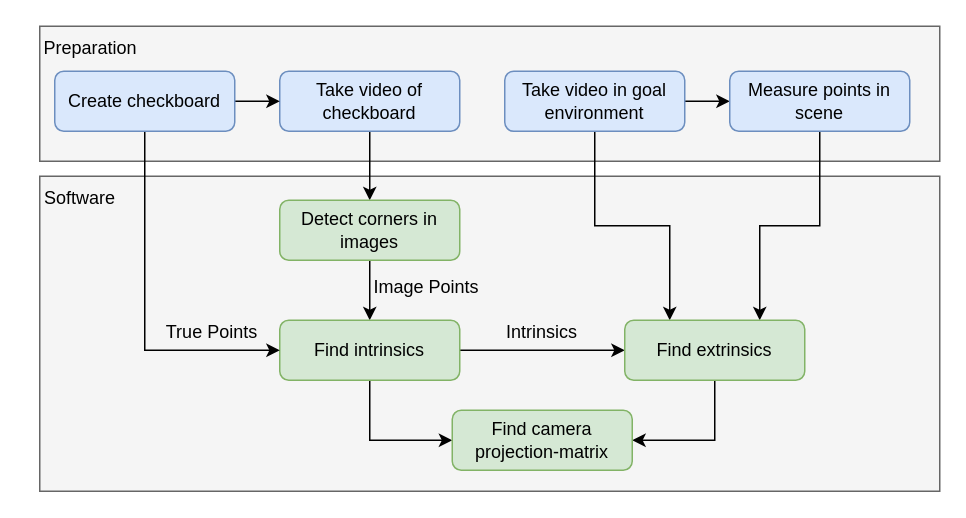
Above: documentation/calibration_procedure.drawio in Simenpf/iacv_project_boccia (draw.io), before the change. Source tidied: cells renumbered, new cells numbered last; positions are measured from the earlier drawing's top-left corner, leaving out a move shared by most shapes. Both pictures are drawn from the tidied source at 150%, with x=0, y=0 at pixel (26, 26).
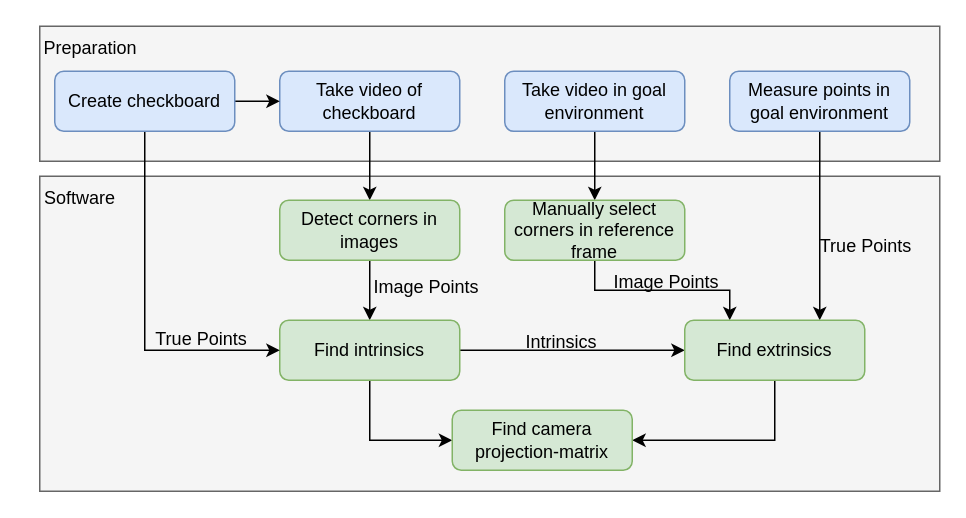
After the change.

The change refers to these unchanged cells:
```xml
<mxCell id="18" value="Take video in goal environment" style="rounded=1;whiteSpace=wrap;html=1;fontSize=12;glass=0;strokeWidth=1;shadow=0;fillColor=#dae8fc;strokeColor=#6c8ebf;" parent="1" vertex="1">
  <mxGeometry x="319" y="30" width="120" height="40" as="geometry" />
</mxCell>
```

What changed in the source:
```diff
@@
     <mxCell id="15" value="True Points" style="text;html=1;strokeColor=none;fillColor=none;align=center;verticalAlign=middle;whiteSpace=wrap;rounded=0;" parent="1" vertex="1">
-      <mxGeometry x="79" y="189" width="90" height="30" as="geometry" />
+      <mxGeometry x="72" y="194" width="90" height="30" as="geometry" />
     </mxCell>
-    <mxCell id="16" style="edgeStyle=orthogonalEdgeStyle;rounded=0;jettySize=auto;html=1;exitX=1;exitY=0.5;exitDx=0;exitDy=0;entryX=0;entryY=0.5;entryDx=0;entryDy=0;" parent="1" edge="1" source="18" target="20">
-      <mxGeometry relative="1" as="geometry" />
-    </mxCell>
-    <mxCell id="17" style="edgeStyle=orthogonalEdgeStyle;rounded=0;jettySize=auto;html=1;exitX=0.5;exitY=1;exitDx=0;exitDy=0;entryX=0.25;entryY=0;entryDx=0;entryDy=0;" parent="1" edge="1" source="18" target="22">
+    <mxCell id="17" style="edgeStyle=orthogonalEdgeStyle;rounded=0;jettySize=auto;html=1;exitX=0.5;exitY=1;exitDx=0;exitDy=0;entryX=0.25;entryY=0;entryDx=0;entryDy=0;startArrow=none;" parent="1" edge="1" source="28" target="22">
       <mxGeometry relative="1" as="geometry" />
     </mxCell>
+    <mxCell id="27" style="edgeStyle=orthogonalEdgeStyle;rounded=0;jettySize=auto;html=1;exitX=0.5;exitY=1;exitDx=0;exitDy=0;entryX=0.5;entryY=0;entryDx=0;entryDy=0;" parent="1" edge="1" source="18" target="28">
+      <mxGeometry relative="1" as="geometry" />
+    </mxCell>
@@
-    <mxCell id="20" value="Measure points in scene" style="rounded=1;whiteSpace=wrap;html=1;fontSize=12;glass=0;strokeWidth=1;shadow=0;fillColor=#dae8fc;strokeColor=#6c8ebf;" parent="1" vertex="1">
+    <mxCell id="20" value="Measure points in goal environment" style="rounded=1;whiteSpace=wrap;html=1;fontSize=12;glass=0;strokeWidth=1;shadow=0;fillColor=#dae8fc;strokeColor=#6c8ebf;" parent="1" vertex="1">
       <mxGeometry x="469" y="30" width="120" height="40" as="geometry" />
     </mxCell>
@@
     <mxCell id="22" value="Find extrinsics" style="rounded=1;whiteSpace=wrap;html=1;fontSize=12;glass=0;strokeWidth=1;shadow=0;fillColor=#d5e8d4;strokeColor=#82b366;" parent="1" vertex="1">
-      <mxGeometry x="399" y="196" width="120" height="40" as="geometry" />
+      <mxGeometry x="439" y="196" width="120" height="40" as="geometry" />
     </mxCell>
     <mxCell id="23" value="Intrinsics" style="text;html=1;strokeColor=none;fillColor=none;align=center;verticalAlign=middle;whiteSpace=wrap;rounded=0;" parent="1" vertex="1">
-      <mxGeometry x="299" y="189" width="90" height="30" as="geometry" />
+      <mxGeometry x="312" y="196" width="90" height="30" as="geometry" />
     </mxCell>
@@
+    <mxCell id="28" value="Manually select corners in reference frame" style="rounded=1;whiteSpace=wrap;html=1;fontSize=12;glass=0;strokeWidth=1;shadow=0;fillColor=#d5e8d4;strokeColor=#82b366;" parent="1" vertex="1">
+      <mxGeometry x="319" y="116" width="120" height="40" as="geometry" />
+    </mxCell>
+    <mxCell id="29" value="True Points" style="text;html=1;strokeColor=none;fillColor=none;align=center;verticalAlign=middle;whiteSpace=wrap;rounded=0;" parent="1" vertex="1">
+      <mxGeometry x="515" y="132" width="90" height="30" as="geometry" />
+    </mxCell>
+    <mxCell id="30" value="Image Points" style="text;html=1;strokeColor=none;fillColor=none;align=center;verticalAlign=middle;whiteSpace=wrap;rounded=0;" parent="1" vertex="1">
+      <mxGeometry x="382" y="156" width="90" height="30" as="geometry" />
+    </mxCell>
```
